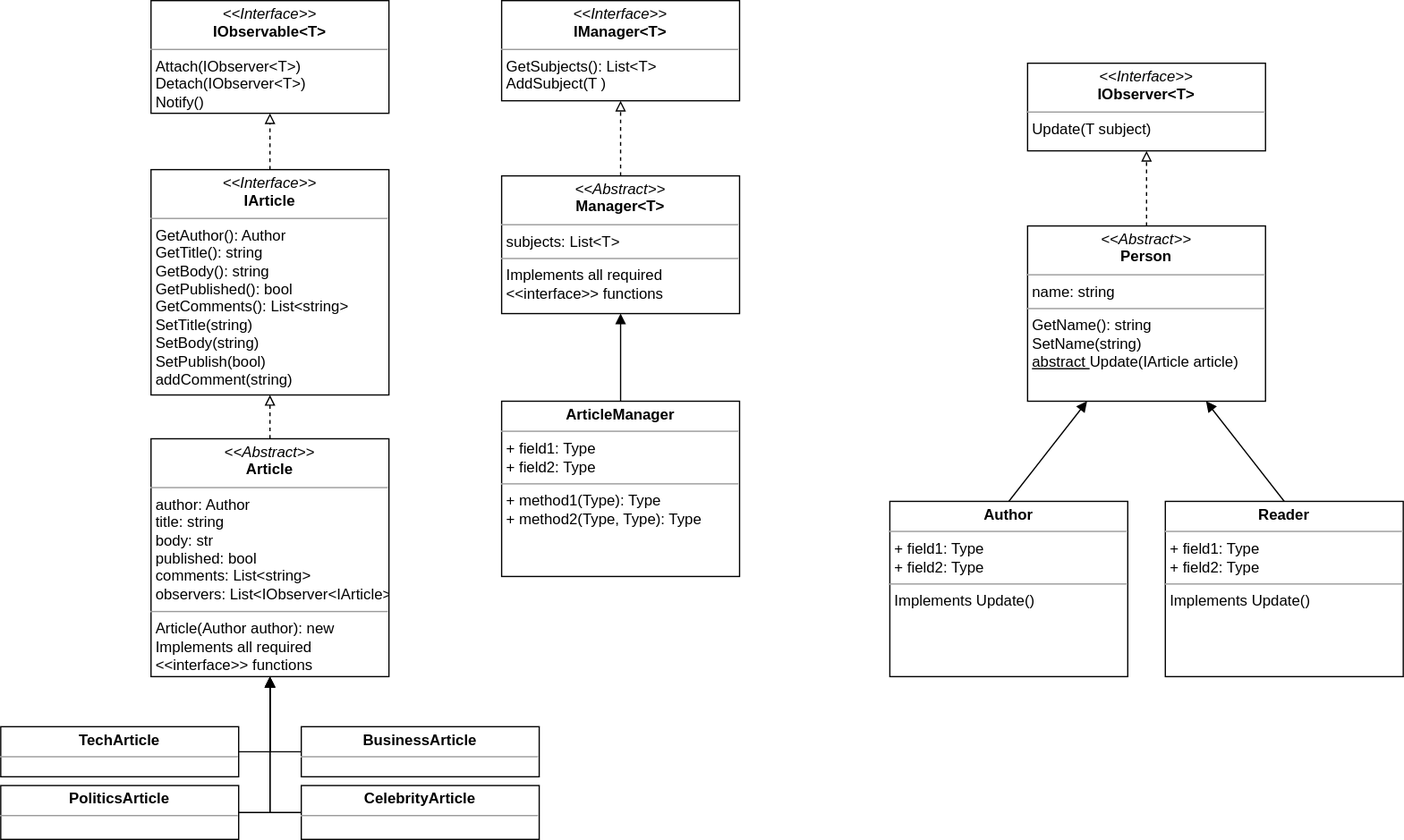
Before: SharpNewsUML.drawio.svg, a diagram exported from draw.io (gKits/SharpNews). Source tidied: cells renumbered, new cells last; positions are measured from the earlier drawing's top-left corner, leaving out a move shared by most shapes.
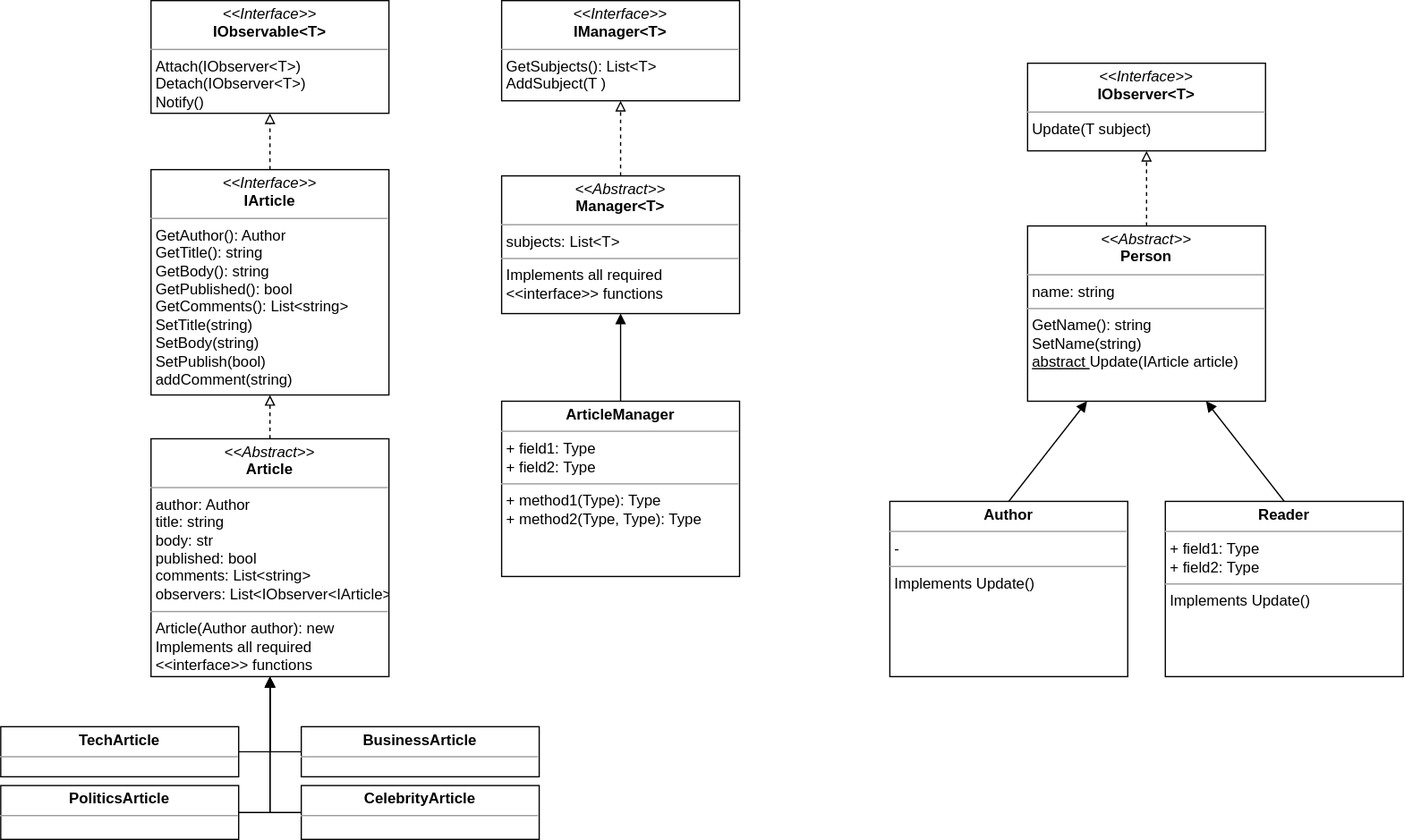
After the commit.

The edit, as a diff of the source:
```diff
@@ -35,7 +35,7 @@
     <mxCell id="12" style="edgeStyle=none;rounded=0;jettySize=auto;html=1;exitX=0.5;exitY=0;exitDx=0;exitDy=0;entryX=0.25;entryY=1;entryDx=0;entryDy=0;endArrow=block;endFill=1;" parent="1" edge="1" source="13" target="11">
       <mxGeometry relative="1" as="geometry" />
     </mxCell>
-    <mxCell id="13" value="&lt;p style=&quot;margin: 0px ; margin-top: 4px ; text-align: center&quot;&gt;&lt;b&gt;Author&lt;/b&gt;&lt;/p&gt;&lt;hr size=&quot;1&quot;&gt;&lt;p style=&quot;margin: 0px ; margin-left: 4px&quot;&gt;+ field1: Type&lt;br&gt;+ field2: Type&lt;/p&gt;&lt;hr size=&quot;1&quot;&gt;&lt;p style=&quot;margin: 0px ; margin-left: 4px&quot;&gt;Implements Update()&lt;/p&gt;" style="verticalAlign=top;align=left;overflow=fill;fontSize=12;fontFamily=Helvetica;html=1;" parent="1" vertex="1">
+    <mxCell id="13" value="&lt;p style=&quot;margin: 0px ; margin-top: 4px ; text-align: center&quot;&gt;&lt;b&gt;Author&lt;/b&gt;&lt;/p&gt;&lt;hr size=&quot;1&quot;&gt;&lt;p style=&quot;margin: 0px ; margin-left: 4px&quot;&gt;-&lt;/p&gt;&lt;hr size=&quot;1&quot;&gt;&lt;p style=&quot;margin: 0px ; margin-left: 4px&quot;&gt;Implements Update()&lt;/p&gt;" style="verticalAlign=top;align=left;overflow=fill;fontSize=12;fontFamily=Helvetica;html=1;" parent="1" vertex="1">
       <mxGeometry x="710" y="400" width="190" height="140" as="geometry" />
     </mxCell>
     <mxCell id="14" style="rounded=0;jettySize=auto;html=1;exitX=0.5;exitY=0;exitDx=0;exitDy=0;entryX=0.75;entryY=1;entryDx=0;entryDy=0;endArrow=block;endFill=1;" parent="1" edge="1" source="15" target="11">
```
